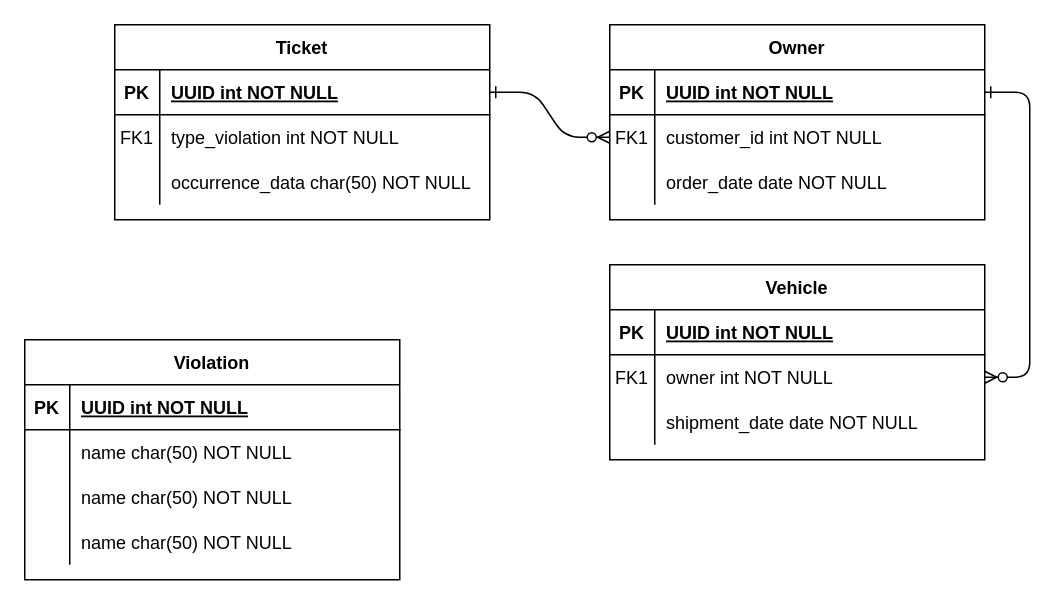
Earlier version of the draw.io diagram Diagrama sem nome.drawio (beatriz-paiva/regular-api). Source tidied: cells renumbered, new cells numbered last; positions are measured from the earlier drawing's top-left corner, leaving out a move shared by most shapes. Both pictures are drawn from the tidied source at 150%, with x=0, y=0 at pixel (24, 24).
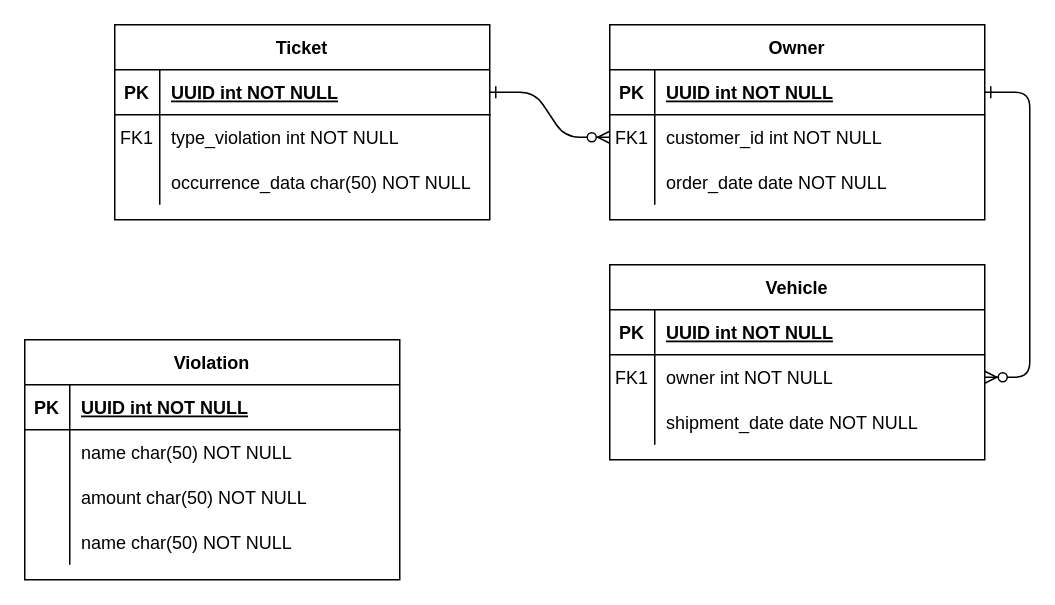
After the change.

The change refers to these unchanged cells:
```xml
<mxCell id="41" style="shape=partialRectangle;fillColor=none;top=0;left=0;right=0;bottom=0;" parent="34" vertex="1">
  <mxGeometry y="90" width="250" height="30" as="geometry" />
</mxCell>
```

Change to the diagram source:
```diff
@@
-    <mxCell id="43" value="name char(50) NOT NULL" style="shape=partialRectangle;overflow=hidden;fillColor=none;top=0;left=0;bottom=0;right=0;align=left;spacingLeft=6;" parent="41" vertex="1">
+    <mxCell id="43" value="amount char(50) NOT NULL" style="shape=partialRectangle;overflow=hidden;fillColor=none;top=0;left=0;bottom=0;right=0;align=left;spacingLeft=6;" parent="41" vertex="1">
       <mxGeometry x="30" width="220" height="30" as="geometry" />
     </mxCell>
```
